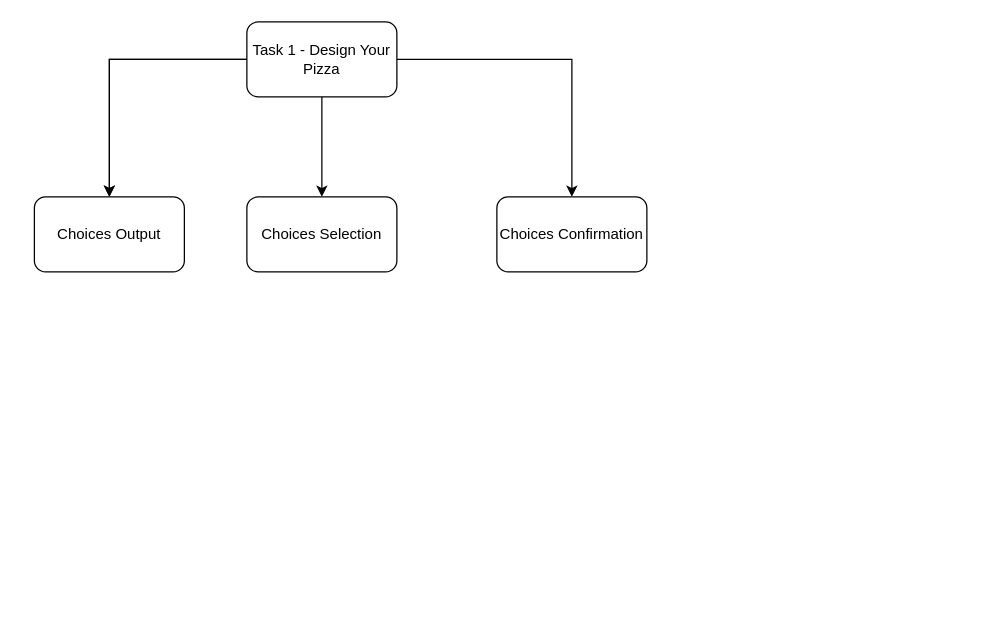
Before: TopDownApproach.drawio in ste-z/0478-22-February-March-2019, a draw.io diagram. Source tidied: cells renumbered, new cells numbered last; positions are measured from the earlier drawing's top-left corner, leaving out a move shared by most shapes. Both pictures are drawn from the tidied source at 125%, with x=0, y=0 at pixel (34, 21).
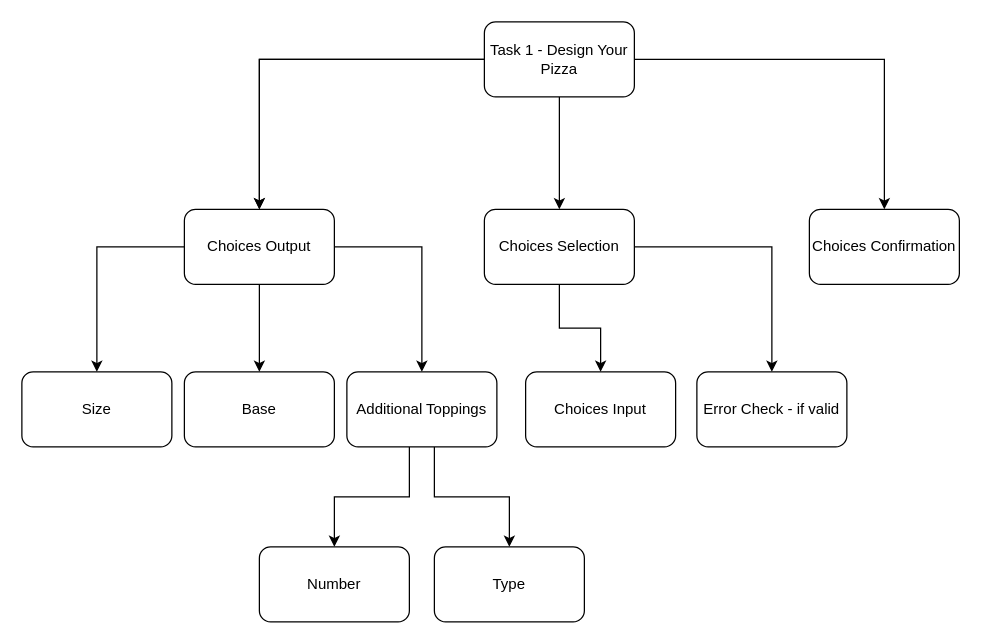
Above is the later version.

The edit, as a diff of the source:
```diff
@@
     <mxCell id="6" value="Task 1 - Design Your Pizza" style="rounded=1;whiteSpace=wrap;html=1;" parent="1" vertex="1">
-      <mxGeometry x="170" width="120" height="60" as="geometry" />
+      <mxGeometry x="360" width="120" height="60" as="geometry" />
     </mxCell>
     <mxCell id="7" value="Choices Confirmation" style="rounded=1;whiteSpace=wrap;html=1;" parent="1" vertex="1">
-      <mxGeometry x="370" y="140" width="120" height="60" as="geometry" />
+      <mxGeometry x="620" y="150" width="120" height="60" as="geometry" />
     </mxCell>
+    <mxCell id="10" style="edgeStyle=orthogonalEdgeStyle;rounded=0;jettySize=auto;html=1;" parent="1" edge="1" source="8" target="13">
+      <mxGeometry relative="1" as="geometry" />
+    </mxCell>
+    <mxCell id="11" style="edgeStyle=orthogonalEdgeStyle;rounded=0;jettySize=auto;html=1;" parent="1" edge="1" source="8" target="12">
+      <mxGeometry relative="1" as="geometry" />
+    </mxCell>
     <mxCell id="8" value="Choices Selection" style="rounded=1;whiteSpace=wrap;html=1;" parent="1" vertex="1">
-      <mxGeometry x="170" y="140" width="120" height="60" as="geometry" />
+      <mxGeometry x="360" y="150" width="120" height="60" as="geometry" />
     </mxCell>
+    <mxCell id="12" value="Error Check - if valid" style="rounded=1;whiteSpace=wrap;html=1;" parent="1" vertex="1">
+      <mxGeometry x="530" y="280" width="120" height="60" as="geometry" />
+    </mxCell>
+    <mxCell id="13" value="Choices Input" style="rounded=1;whiteSpace=wrap;html=1;" parent="1" vertex="1">
+      <mxGeometry x="393" y="280" width="120" height="60" as="geometry" />
+    </mxCell>
+    <mxCell id="14" style="edgeStyle=orthogonalEdgeStyle;rounded=0;jettySize=auto;html=1;" parent="1" edge="1" source="9" target="23">
+      <mxGeometry relative="1" as="geometry" />
+    </mxCell>
+    <mxCell id="15" style="edgeStyle=orthogonalEdgeStyle;rounded=0;jettySize=auto;html=1;" parent="1" edge="1" source="9" target="22">
+      <mxGeometry relative="1" as="geometry" />
+    </mxCell>
+    <mxCell id="16" style="edgeStyle=orthogonalEdgeStyle;rounded=0;jettySize=auto;html=1;" parent="1" edge="1" source="9" target="19">
+      <mxGeometry relative="1" as="geometry" />
+    </mxCell>
     <mxCell id="9" value="Choices Output" style="rounded=1;whiteSpace=wrap;html=1;" parent="1" vertex="1">
-      <mxGeometry y="140" width="120" height="60" as="geometry" />
+      <mxGeometry x="120" y="150" width="120" height="60" as="geometry" />
     </mxCell>
+    <mxCell id="17" style="edgeStyle=orthogonalEdgeStyle;rounded=0;jettySize=auto;html=1;" parent="1" edge="1" source="19" target="21">
+      <mxGeometry relative="1" as="geometry">
+        <Array as="points">
+          <mxPoint x="300" y="380" />
+          <mxPoint x="240" y="380" />
+        </Array>
+      </mxGeometry>
+    </mxCell>
+    <mxCell id="18" style="edgeStyle=orthogonalEdgeStyle;rounded=0;jettySize=auto;html=1;" parent="1" edge="1" source="19" target="20">
+      <mxGeometry relative="1" as="geometry">
+        <Array as="points">
+          <mxPoint x="320" y="380" />
+          <mxPoint x="380" y="380" />
+        </Array>
+      </mxGeometry>
+    </mxCell>
+    <mxCell id="19" value="Additional Toppings" style="rounded=1;whiteSpace=wrap;html=1;" parent="1" vertex="1">
+      <mxGeometry x="250" y="280" width="120" height="60" as="geometry" />
+    </mxCell>
+    <mxCell id="20" value="Type" style="rounded=1;whiteSpace=wrap;html=1;" parent="1" vertex="1">
+      <mxGeometry x="320" y="420" width="120" height="60" as="geometry" />
+    </mxCell>
+    <mxCell id="21" value="Number" style="rounded=1;whiteSpace=wrap;html=1;" parent="1" vertex="1">
+      <mxGeometry x="180" y="420" width="120" height="60" as="geometry" />
+    </mxCell>
+    <mxCell id="22" value="Size" style="rounded=1;whiteSpace=wrap;html=1;" parent="1" vertex="1">
+      <mxGeometry x="-10" y="280" width="120" height="60" as="geometry" />
+    </mxCell>
+    <mxCell id="23" value="Base" style="rounded=1;whiteSpace=wrap;html=1;" parent="1" vertex="1">
+      <mxGeometry x="120" y="280" width="120" height="60" as="geometry" />
+    </mxCell>
```
